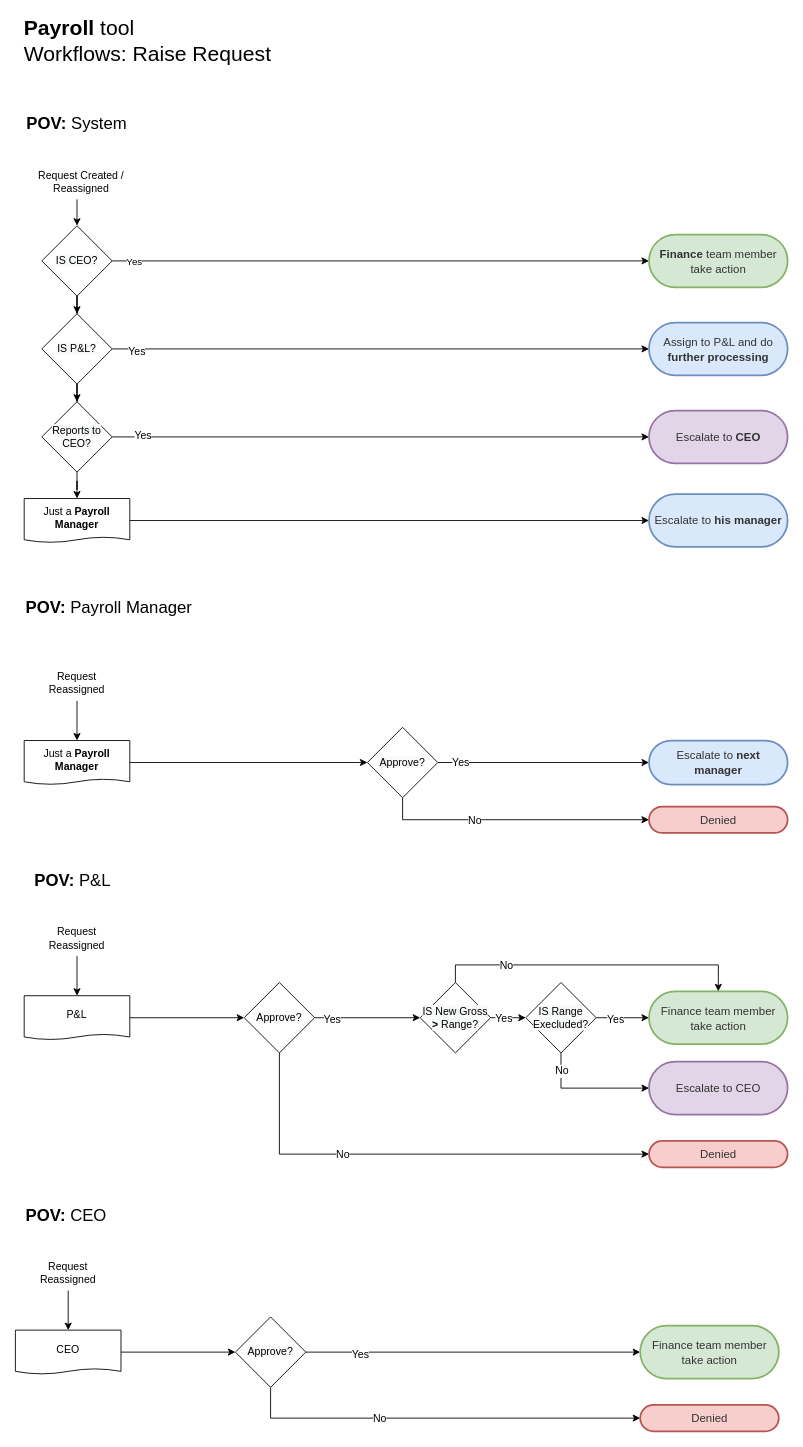
paula-at-flairs/Payroll-Workflows keeps this draw.io diagram as SalaryRaise/Split/SalaryRaiseSplit.drawio. Above is the earlier version. Source tidied: cells renumbered, new cells numbered last; positions are measured from the earlier drawing's top-left corner, leaving out a move shared by most shapes. Both pictures are drawn from the tidied source at 88%, with x=0, y=0 at pixel (15, 23).
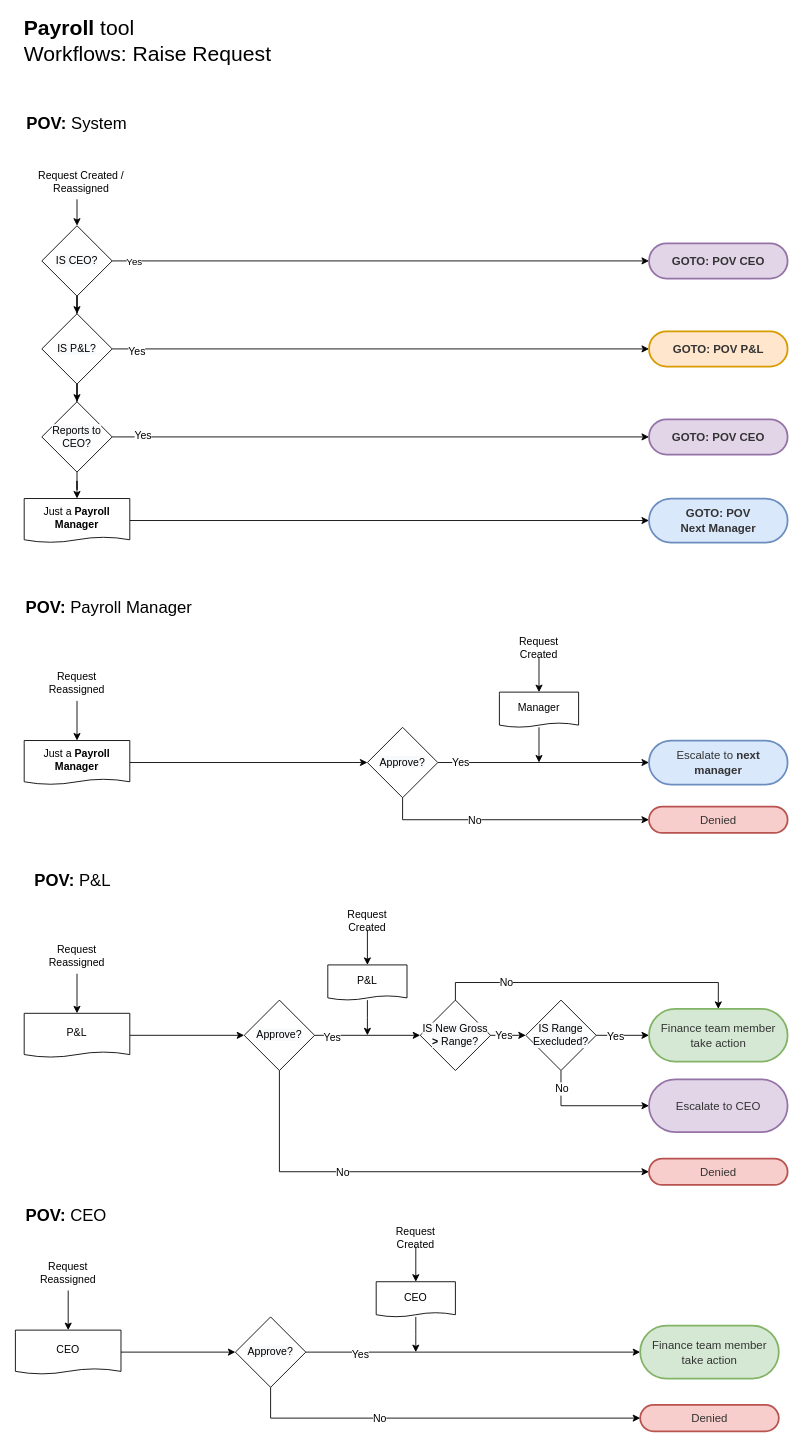
Above is the later version.

Commit message (it also covers changes not shown here):
updated raise split diagram

The change refers to these unchanged cells:
```xml
<mxCell id="5" value="&#10;&#10;&lt;span style=&quot;color: rgb(0, 0, 0); font-family: helvetica; font-size: 12px; font-style: normal; font-weight: 400; letter-spacing: normal; text-align: center; text-indent: 0px; text-transform: none; word-spacing: 0px; background-color: rgb(248, 249, 250); display: inline; float: none;&quot;&gt;IS CEO?&lt;/span&gt;&#10;&#10;" style="rhombus;whiteSpace=wrap;html=1;" parent="1" vertex="1">
  <mxGeometry x="30" y="230" width="80" height="80" as="geometry" />
</mxCell>
```

Change to the diagram source:
```diff
@@
-    <mxCell id="2" style="edgeStyle=orthogonalEdgeStyle;rounded=0;jettySize=auto;html=1;entryX=0;entryY=0.5;entryDx=0;entryDy=0;" parent="1" edge="1" source="5" target="17">
+    <mxCell id="2" style="edgeStyle=orthogonalEdgeStyle;rounded=0;jettySize=auto;html=1;entryX=0;entryY=0.5;entryDx=0;entryDy=0;" parent="1" edge="1" source="5" target="85">
       <mxGeometry relative="1" as="geometry" />
     </mxCell>
@@
-    <mxCell id="17" value="&lt;span style=&quot;color: rgb(51 , 51 , 51) ; font-size: 13px&quot;&gt;&lt;b&gt;Finance &lt;/b&gt;team member take action&lt;/span&gt;" style="html=1;overflow=block;blockSpacing=1;whiteSpace=wrap;rounded=1;arcSize=50;whiteSpace=wrap;fontSize=14;spacing=4;strokeColor=#82b366;strokeOpacity=100;fillOpacity=100;fillColor=#d5e8d4;strokeWidth=2;" parent="1" vertex="1">
-      <mxGeometry x="720" y="240" width="157.5" height="60" as="geometry" />
-    </mxCell>
-    <mxCell id="18" value="&lt;span style=&quot;color: rgb(51 , 51 , 51) ; font-size: 13px&quot;&gt;Escalate to &lt;b&gt;CEO&lt;/b&gt;&lt;/span&gt;" style="html=1;overflow=block;blockSpacing=1;whiteSpace=wrap;rounded=1;arcSize=50;whiteSpace=wrap;fontSize=14;spacing=4;strokeColor=#9673a6;strokeOpacity=100;fillOpacity=100;fillColor=#e1d5e7;strokeWidth=2;" parent="1" vertex="1">
-      <mxGeometry x="720" y="440" width="157.5" height="60" as="geometry" />
+    <mxCell id="18" value="&lt;font color=&quot;#333333&quot;&gt;&lt;span style=&quot;font-size: 13px&quot;&gt;&lt;b&gt;GOTO: POV CEO&lt;/b&gt;&lt;/span&gt;&lt;/font&gt;" style="html=1;overflow=block;blockSpacing=1;whiteSpace=wrap;rounded=1;arcSize=50;whiteSpace=wrap;fontSize=14;spacing=4;strokeColor=#9673a6;strokeOpacity=100;fillOpacity=100;fillColor=#e1d5e7;strokeWidth=2;" parent="1" vertex="1">
+      <mxGeometry x="720" y="450" width="157.5" height="40" as="geometry" />
     </mxCell>
-    <mxCell id="19" value="&lt;span style=&quot;color: rgb(51 , 51 , 51) ; font-size: 13px&quot;&gt;Escalate to &lt;b&gt;his manager&lt;/b&gt;&lt;/span&gt;" style="html=1;overflow=block;blockSpacing=1;whiteSpace=wrap;rounded=1;arcSize=50;whiteSpace=wrap;fontSize=14;spacing=4;strokeColor=#6c8ebf;strokeOpacity=100;fillOpacity=100;fillColor=#dae8fc;strokeWidth=2;" parent="1" vertex="1">
-      <mxGeometry x="720" y="535" width="157.5" height="60" as="geometry" />
+    <mxCell id="19" value="&lt;font color=&quot;#333333&quot;&gt;&lt;span style=&quot;font-size: 13px&quot;&gt;&lt;b&gt;GOTO: POV &lt;br&gt;Next Manager&lt;/b&gt;&lt;/span&gt;&lt;/font&gt;" style="html=1;overflow=block;blockSpacing=1;whiteSpace=wrap;rounded=1;arcSize=50;whiteSpace=wrap;fontSize=14;spacing=4;strokeColor=#6c8ebf;strokeOpacity=100;fillOpacity=100;fillColor=#dae8fc;strokeWidth=2;" parent="1" vertex="1">
+      <mxGeometry x="720" y="540" width="157.5" height="50" as="geometry" />
     </mxCell>
@@
     <mxCell id="38" value="P&amp;amp;L" style="shape=document;whiteSpace=wrap;html=1;boundedLbl=1;size=0.125;" parent="1" vertex="1">
-      <mxGeometry x="10" y="1105" width="120" height="50" as="geometry" />
+      <mxGeometry x="10" y="1125" width="120" height="50" as="geometry" />
     </mxCell>
     <mxCell id="39" value="&lt;span style=&quot;color: rgb(51 , 51 , 51) ; font-size: 13px&quot;&gt;Denied&lt;/span&gt;" style="html=1;overflow=block;blockSpacing=1;whiteSpace=wrap;rounded=1;arcSize=50;whiteSpace=wrap;fontSize=14;spacing=4;strokeColor=#b85450;strokeOpacity=100;fillOpacity=100;fillColor=#f8cecc;strokeWidth=2;" parent="1" vertex="1">
-      <mxGeometry x="720" y="1270" width="157.5" height="30" as="geometry" />
+      <mxGeometry x="720" y="1290" width="157.5" height="30" as="geometry" />
     </mxCell>
     <mxCell id="40" style="endArrow=none;startArrow=classic;html=1;exitX=0.5;exitY=0;exitDx=0;exitDy=0;endFill=0;" parent="1" edge="1" source="38">
       <mxGeometry relative="1" as="geometry">
-        <mxPoint x="70" y="1060" as="targetPoint" />
+        <mxPoint x="70" y="1080" as="targetPoint" />
       </mxGeometry>
     </mxCell>
     <mxCell id="41" value="Request Reassigned" style="text;html=1;strokeColor=none;fillColor=none;align=center;verticalAlign=middle;whiteSpace=wrap;rounded=0;" parent="1" vertex="1">
-      <mxGeometry x="50" y="1030" width="40" height="20" as="geometry" />
+      <mxGeometry x="50" y="1050" width="40" height="20" as="geometry" />
     </mxCell>
@@
     <mxCell id="45" style="edgeStyle=orthogonalEdgeStyle;rounded=0;jettySize=auto;html=1;entryX=0;entryY=0.5;entryDx=0;entryDy=0;startArrow=none;startFill=0;endArrow=classic;endFill=1;fontSize=19;" parent="1" edge="1" source="47" target="39">
       <mxGeometry relative="1" as="geometry">
         <Array as="points">
-          <mxPoint x="300" y="1285" />
+          <mxPoint x="300" y="1305" />
         </Array>
       </mxGeometry>
     </mxCell>
@@
     <mxCell id="47" value="&lt;span style=&quot;color: rgb(0 , 0 , 0) ; font-family: &amp;#34;helvetica&amp;#34; ; font-size: 12px ; font-style: normal ; font-weight: 400 ; letter-spacing: normal ; text-align: center ; text-indent: 0px ; text-transform: none ; word-spacing: 0px ; background-color: rgb(248 , 249 , 250) ; display: inline ; float: none&quot;&gt;Approve?&lt;/span&gt;" style="rhombus;whiteSpace=wrap;html=1;" parent="1" vertex="1">
-      <mxGeometry x="260" y="1090" width="80" height="80" as="geometry" />
+      <mxGeometry x="260" y="1110" width="80" height="80" as="geometry" />
     </mxCell>
     <mxCell id="48" value="&lt;span style=&quot;color: rgb(51 , 51 , 51) ; font-size: 13px&quot;&gt;Finance team member take action&lt;/span&gt;" style="html=1;overflow=block;blockSpacing=1;whiteSpace=wrap;rounded=1;arcSize=50;whiteSpace=wrap;fontSize=14;spacing=4;strokeColor=#82b366;strokeOpacity=100;fillOpacity=100;fillColor=#d5e8d4;strokeWidth=2;" parent="1" vertex="1">
-      <mxGeometry x="720" y="1100" width="157.5" height="60" as="geometry" />
+      <mxGeometry x="720" y="1120" width="157.5" height="60" as="geometry" />
     </mxCell>
@@
     <mxCell id="51" style="edgeStyle=orthogonalEdgeStyle;rounded=0;jettySize=auto;html=1;entryX=0.5;entryY=0;entryDx=0;entryDy=0;startArrow=none;startFill=0;endArrow=classic;endFill=1;fontSize=12;" parent="1" edge="1" source="53" target="48">
       <mxGeometry relative="1" as="geometry">
         <Array as="points">
-          <mxPoint x="500" y="1070" />
-          <mxPoint x="799" y="1070" />
+          <mxPoint x="500" y="1090" />
+          <mxPoint x="799" y="1090" />
         </Array>
       </mxGeometry>
     </mxCell>
@@
     <mxCell id="53" value="&lt;span style=&quot;color: rgb(0 , 0 , 0) ; font-family: &amp;#34;helvetica&amp;#34; ; font-size: 12px ; font-style: normal ; font-weight: 400 ; letter-spacing: normal ; text-align: center ; text-indent: 0px ; text-transform: none ; word-spacing: 0px ; background-color: rgb(248 , 249 , 250) ; display: inline ; float: none&quot;&gt;IS New Gross &lt;/span&gt;&lt;span style=&quot;color: rgb(0 , 0 , 0) ; font-family: &amp;#34;helvetica&amp;#34; ; font-size: 12px ; font-style: normal ; letter-spacing: normal ; text-align: center ; text-indent: 0px ; text-transform: none ; word-spacing: 0px ; background-color: rgb(248 , 249 , 250) ; display: inline ; float: none&quot;&gt;&lt;b&gt;&amp;gt;&lt;/b&gt;&lt;/span&gt;&lt;span style=&quot;color: rgb(0 , 0 , 0) ; font-family: &amp;#34;helvetica&amp;#34; ; font-size: 12px ; font-style: normal ; font-weight: 400 ; letter-spacing: normal ; text-align: center ; text-indent: 0px ; text-transform: none ; word-spacing: 0px ; background-color: rgb(248 , 249 , 250) ; display: inline ; float: none&quot;&gt; Range?&lt;/span&gt;" style="rhombus;whiteSpace=wrap;html=1;" parent="1" vertex="1">
-      <mxGeometry x="460" y="1090" width="80" height="80" as="geometry" />
+      <mxGeometry x="460" y="1110" width="80" height="80" as="geometry" />
     </mxCell>
@@
     <mxCell id="56" style="edgeStyle=orthogonalEdgeStyle;rounded=0;jettySize=auto;html=1;entryX=0;entryY=0.5;entryDx=0;entryDy=0;startArrow=none;startFill=0;endArrow=classic;endFill=1;fontSize=12;" parent="1" edge="1" source="58" target="60">
       <mxGeometry relative="1" as="geometry">
         <Array as="points">
-          <mxPoint x="620" y="1210" />
+          <mxPoint x="620" y="1230" />
         </Array>
       </mxGeometry>
     </mxCell>
@@
     <mxCell id="58" value="&lt;span style=&quot;color: rgb(0 , 0 , 0) ; font-family: &amp;#34;helvetica&amp;#34; ; font-size: 12px ; font-style: normal ; font-weight: 400 ; letter-spacing: normal ; text-align: center ; text-indent: 0px ; text-transform: none ; word-spacing: 0px ; background-color: rgb(248 , 249 , 250) ; display: inline ; float: none&quot;&gt;IS Range Execluded?&lt;/span&gt;" style="rhombus;whiteSpace=wrap;html=1;" parent="1" vertex="1">
-      <mxGeometry x="580" y="1090" width="80" height="80" as="geometry" />
+      <mxGeometry x="580" y="1110" width="80" height="80" as="geometry" />
     </mxCell>
-    <mxCell id="59" value="&lt;span style=&quot;color: rgb(51 , 51 , 51) ; font-size: 13px&quot;&gt;Assign to P&amp;amp;L and do &lt;b&gt;further processing&lt;/b&gt;&lt;/span&gt;" style="html=1;overflow=block;blockSpacing=1;whiteSpace=wrap;rounded=1;arcSize=50;whiteSpace=wrap;fontSize=14;spacing=4;strokeColor=#6c8ebf;strokeOpacity=100;fillOpacity=100;fillColor=#dae8fc;strokeWidth=2;" parent="1" vertex="1">
-      <mxGeometry x="720" y="340" width="157.5" height="60" as="geometry" />
+    <mxCell id="59" value="&lt;b style=&quot;color: rgb(51 , 51 , 51) ; font-size: 13px&quot;&gt;GOTO: POV P&amp;amp;L&lt;/b&gt;" style="html=1;overflow=block;blockSpacing=1;whiteSpace=wrap;rounded=1;arcSize=50;whiteSpace=wrap;fontSize=14;spacing=4;strokeColor=#d79b00;strokeOpacity=100;fillOpacity=100;fillColor=#ffe6cc;strokeWidth=2;" parent="1" vertex="1">
+      <mxGeometry x="720" y="350" width="157.5" height="40" as="geometry" />
     </mxCell>
     <mxCell id="60" value="&lt;span style=&quot;color: rgb(51 , 51 , 51) ; font-size: 13px&quot;&gt;Escalate to CEO&lt;/span&gt;" style="html=1;overflow=block;blockSpacing=1;whiteSpace=wrap;rounded=1;arcSize=50;whiteSpace=wrap;fontSize=14;spacing=4;strokeColor=#9673a6;strokeOpacity=100;fillOpacity=100;fillColor=#e1d5e7;strokeWidth=2;" parent="1" vertex="1">
-      <mxGeometry x="720" y="1180" width="157.5" height="60" as="geometry" />
+      <mxGeometry x="720" y="1200" width="157.5" height="60" as="geometry" />
     </mxCell>
@@
+    <mxCell id="77" style="edgeStyle=orthogonalEdgeStyle;rounded=0;jettySize=auto;html=1;" parent="1" edge="1" source="78">
+      <mxGeometry relative="1" as="geometry">
+        <mxPoint x="400" y="1150" as="targetPoint" />
+      </mxGeometry>
+    </mxCell>
+    <mxCell id="78" value="P&amp;amp;L" style="shape=document;whiteSpace=wrap;html=1;boundedLbl=1;size=0.125;" parent="1" vertex="1">
+      <mxGeometry x="355" y="1070" width="90" height="40" as="geometry" />
+    </mxCell>
+    <mxCell id="79" value="Request Created" style="text;html=1;strokeColor=none;fillColor=none;align=center;verticalAlign=middle;whiteSpace=wrap;rounded=0;" parent="1" vertex="1">
+      <mxGeometry x="380" y="1010" width="40" height="20" as="geometry" />
+    </mxCell>
+    <mxCell id="80" style="endArrow=none;startArrow=classic;html=1;exitX=0.5;exitY=0;exitDx=0;exitDy=0;endFill=0;entryX=0.5;entryY=1;entryDx=0;entryDy=0;" parent="1" edge="1" source="78" target="79">
+      <mxGeometry relative="1" as="geometry" />
+    </mxCell>
+    <mxCell id="81" style="edgeStyle=orthogonalEdgeStyle;rounded=0;jettySize=auto;html=1;" parent="1" edge="1" source="82">
+      <mxGeometry relative="1" as="geometry">
+        <mxPoint x="455" y="1510" as="targetPoint" />
+      </mxGeometry>
+    </mxCell>
+    <mxCell id="82" value="CEO" style="shape=document;whiteSpace=wrap;html=1;boundedLbl=1;size=0.125;" parent="1" vertex="1">
+      <mxGeometry x="410" y="1430" width="90" height="40" as="geometry" />
+    </mxCell>
+    <mxCell id="83" value="Request Created" style="text;html=1;strokeColor=none;fillColor=none;align=center;verticalAlign=middle;whiteSpace=wrap;rounded=0;" parent="1" vertex="1">
+      <mxGeometry x="435" y="1370" width="40" height="20" as="geometry" />
+    </mxCell>
+    <mxCell id="84" style="endArrow=none;startArrow=classic;html=1;exitX=0.5;exitY=0;exitDx=0;exitDy=0;endFill=0;entryX=0.5;entryY=1;entryDx=0;entryDy=0;" parent="1" edge="1" source="82" target="83">
+      <mxGeometry relative="1" as="geometry" />
+    </mxCell>
+    <mxCell id="85" value="&lt;font color=&quot;#333333&quot;&gt;&lt;span style=&quot;font-size: 13px&quot;&gt;&lt;b&gt;GOTO: POV CEO&lt;/b&gt;&lt;/span&gt;&lt;/font&gt;" style="html=1;overflow=block;blockSpacing=1;whiteSpace=wrap;rounded=1;arcSize=50;whiteSpace=wrap;fontSize=14;spacing=4;strokeColor=#9673a6;strokeOpacity=100;fillOpacity=100;fillColor=#e1d5e7;strokeWidth=2;" parent="1" vertex="1">
+      <mxGeometry x="720" y="250" width="157.5" height="40" as="geometry" />
+    </mxCell>
+    <mxCell id="86" style="edgeStyle=orthogonalEdgeStyle;rounded=0;jettySize=auto;html=1;" parent="1" edge="1" source="87">
+      <mxGeometry relative="1" as="geometry">
+        <mxPoint x="595" y="840" as="targetPoint" />
+      </mxGeometry>
+    </mxCell>
+    <mxCell id="87" value="Manager" style="shape=document;whiteSpace=wrap;html=1;boundedLbl=1;size=0.125;" parent="1" vertex="1">
+      <mxGeometry x="550" y="760" width="90" height="40" as="geometry" />
+    </mxCell>
+    <mxCell id="88" value="Request Created" style="text;html=1;strokeColor=none;fillColor=none;align=center;verticalAlign=middle;whiteSpace=wrap;rounded=0;" parent="1" vertex="1">
+      <mxGeometry x="575" y="700" width="40" height="20" as="geometry" />
+    </mxCell>
+    <mxCell id="89" style="endArrow=none;startArrow=classic;html=1;exitX=0.5;exitY=0;exitDx=0;exitDy=0;endFill=0;entryX=0.5;entryY=1;entryDx=0;entryDy=0;" parent="1" edge="1" source="87" target="88">
+      <mxGeometry relative="1" as="geometry" />
+    </mxCell>
```
